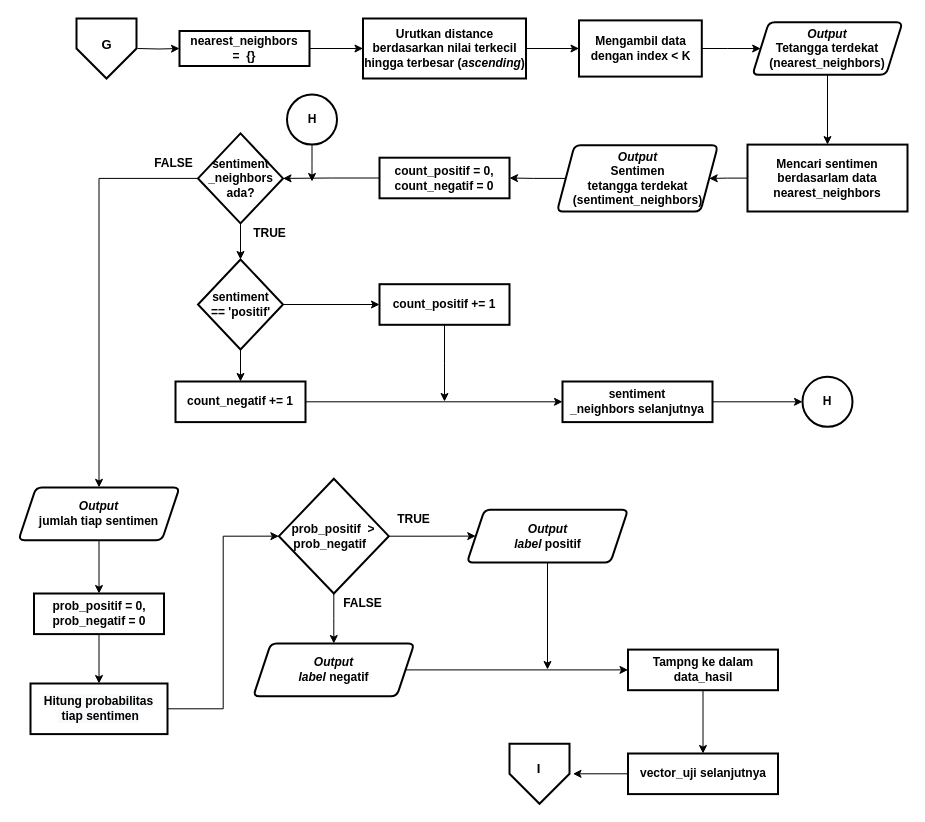
Above: Dokumen TA/Paper/Flowchart/Flowchart proses klaisifikasi-pisah-2.drawio in muspriandi/TextMining-SentimentAnalysis (draw.io), before the change. Source tidied: cells renumbered, new cells numbered last; positions are measured from the earlier drawing's top-left corner, leaving out a move shared by most shapes. Both pictures are drawn from the tidied source at 100%, with x=0, y=0 at pixel (18, 18).
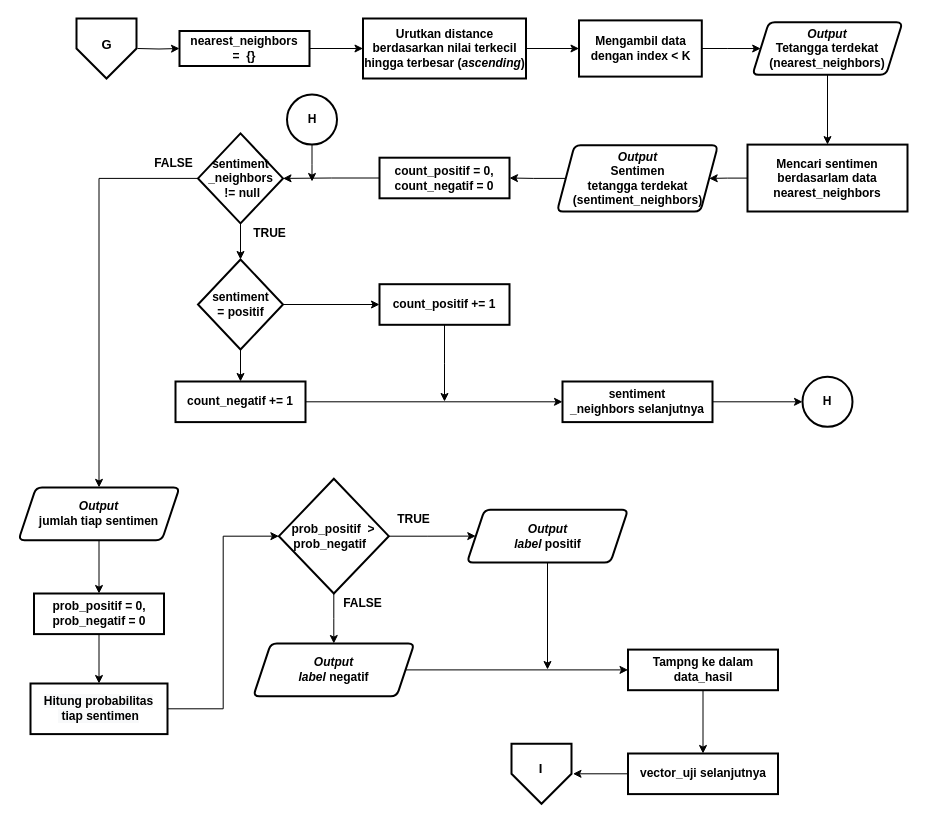
The same page after the edit.

Diff of the diagram source:
```diff
@@
-    <mxCell id="19" value="&lt;span style=&quot;font-size: 12px&quot;&gt;sentiment&lt;br&gt;_neighbors&lt;br&gt;&lt;/span&gt;ada?" style="strokeWidth=2;html=1;shape=mxgraph.flowchart.decision;whiteSpace=wrap;fontStyle=1;" parent="1" vertex="1">
+    <mxCell id="19" value="&lt;span style=&quot;font-size: 12px&quot;&gt;sentiment&lt;br&gt;_neighbors&lt;br&gt;&lt;/span&gt;&lt;b&gt;&amp;nbsp;!= null&lt;/b&gt;" style="strokeWidth=2;html=1;shape=mxgraph.flowchart.decision;whiteSpace=wrap;fontStyle=1;" parent="1" vertex="1">
       <mxGeometry x="179.5" y="114.9" width="85" height="90" as="geometry" />
     </mxCell>
@@
-    <mxCell id="22" value="&lt;span style=&quot;font-size: 12px&quot;&gt;sentiment&lt;br&gt;== 'positif'&lt;br&gt;&lt;/span&gt;" style="strokeWidth=2;html=1;shape=mxgraph.flowchart.decision;whiteSpace=wrap;fontStyle=1;" parent="1" vertex="1">
+    <mxCell id="22" value="&lt;span style=&quot;font-size: 12px&quot;&gt;sentiment&lt;br&gt;= positif&lt;br&gt;&lt;/span&gt;" style="strokeWidth=2;html=1;shape=mxgraph.flowchart.decision;whiteSpace=wrap;fontStyle=1;" parent="1" vertex="1">
       <mxGeometry x="179.5" y="241" width="85" height="90" as="geometry" />
     </mxCell>
@@
     <mxCell id="55" style="verticalLabelPosition=bottom;verticalAlign=top;html=1;shape=offPageConnector;rounded=0;size=0.5;strokeWidth=2;" parent="1" vertex="1">
-      <mxGeometry x="491" y="725.3" width="60" height="60" as="geometry" />
+      <mxGeometry x="493" y="725.3" width="60" height="60" as="geometry" />
     </mxCell>
     <mxCell id="56" value="&lt;span style=&quot;font-size: 13px;&quot;&gt;I&lt;/span&gt;" style="text;html=1;align=center;verticalAlign=middle;fontStyle=1;fontSize=13;" parent="1" vertex="1">
-      <mxGeometry x="509.8" y="740.3" width="20" height="20" as="geometry" />
+      <mxGeometry x="511.8" y="740.3" width="20" height="20" as="geometry" />
     </mxCell>
```
